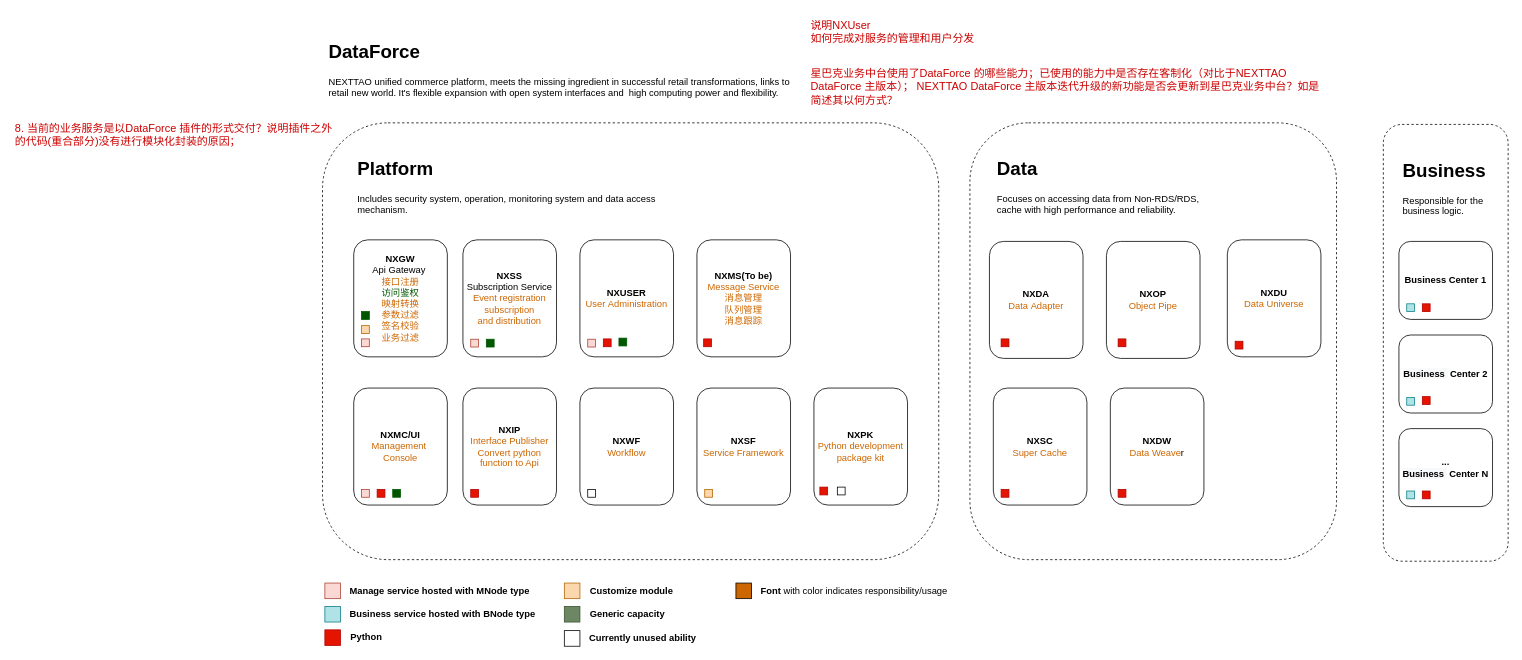
sotheair/designs keeps this draw.io diagram as page "MLP - DataForce" (2 of 3) of Mid Layer Platform Technical Arch.drawio. Above is the earlier version. Source tidied: cells renumbered, new cells numbered last; positions are measured from the earlier drawing's top-left corner, leaving out a move shared by most shapes. Both pictures are drawn from the tidied source at 78%, with x=0, y=0 at pixel (13, 13).
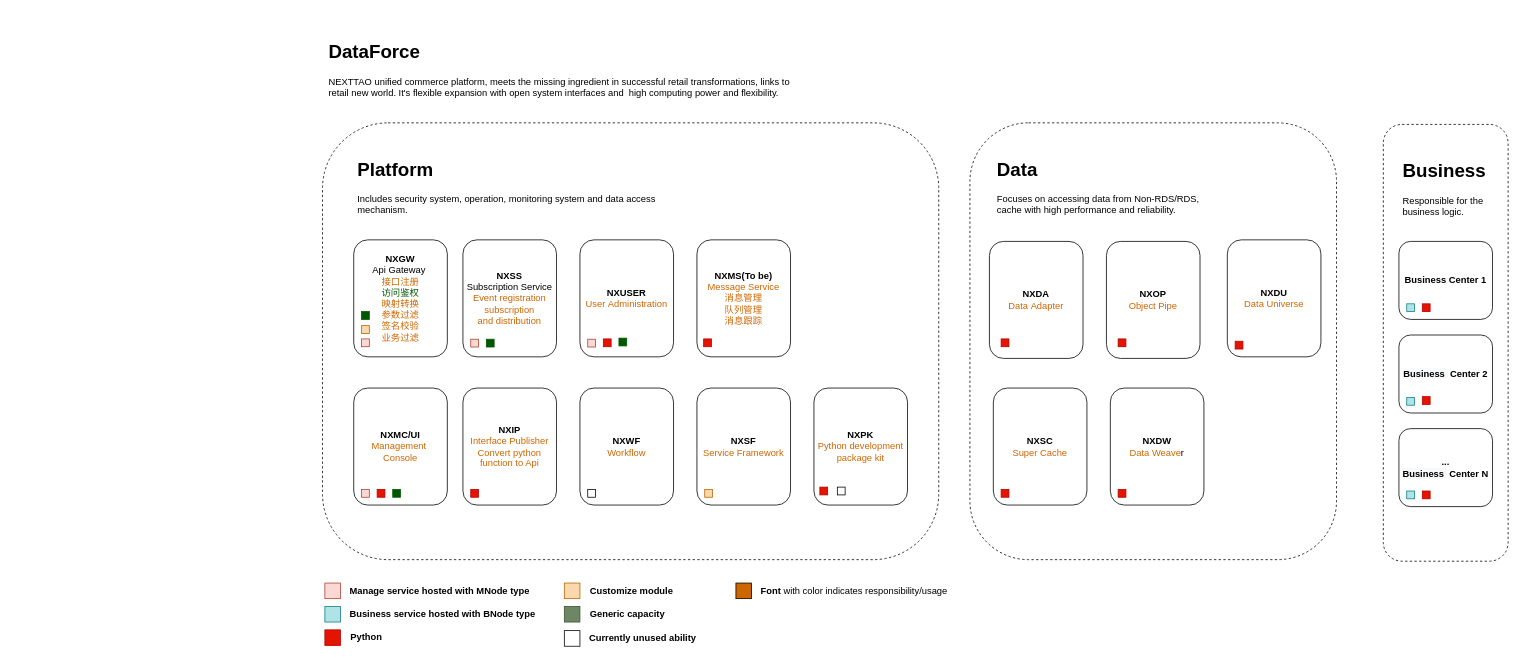
The same diagram, later.

What changed in the source:
```diff
@@
-    <mxCell id="31" value="&lt;font style=&quot;font-size: 14px&quot;&gt;星巴克业务中台使用了DataForce 的哪些能力；已使用的能力中是否存在客制化（对比于NEXTTAO DataForce 主版本）； NEXTTAO DataForce 主版本迭代升级的新功能是否会更新到星巴克业务中台？如是简述其以何方式？&lt;/font&gt;" style="text;html=1;fontColor=#CC0000;whiteSpace=wrap;" parent="1" vertex="1">
-      <mxGeometry x="1020" y="62" width="660" height="40" as="geometry" />
-    </mxCell>
-    <mxCell id="32" value="&lt;font style=&quot;font-size: 14px&quot;&gt;说明NXUser&lt;br&gt;如何完成对服务的管理和用户分发&lt;/font&gt;" style="text;html=1;fontColor=#CC0000;" parent="1" vertex="1">
-      <mxGeometry x="1020" width="210" height="40" as="geometry" />
-    </mxCell>
@@
-    <mxCell id="67" value="&lt;font style=&quot;font-size: 14px&quot;&gt;8. 当前的业务服务是以DataForce 插件的形式交付？说明插件之外的代码(重合部分)没有进行模块化封装的原因；&lt;/font&gt;" style="text;html=1;fontColor=#CC0000;whiteSpace=wrap;" parent="1" vertex="1">
-      <mxGeometry y="132" width="420" height="50" as="geometry" />
-    </mxCell>
```
